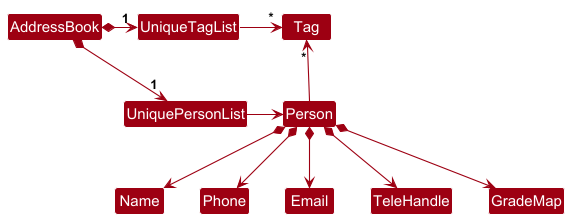
salmonkarp/tp keeps this PlantUML diagram as docs/images/BetterModelClassDiagram.png. Above is the earlier version.
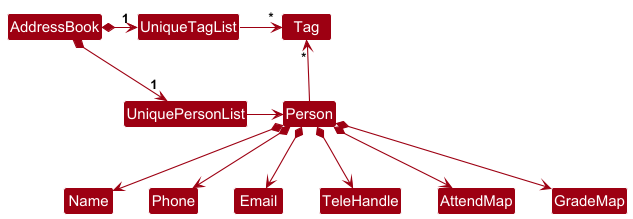
After the change.

Change to the diagram source:
```diff
@@ -18,5 +18,6 @@
 Person *--> Phone
 Person *--> Email
 Person *--> TeleHandle
+Person *--> AttendMap
 Person *--> GradeMap
 @enduml
```
